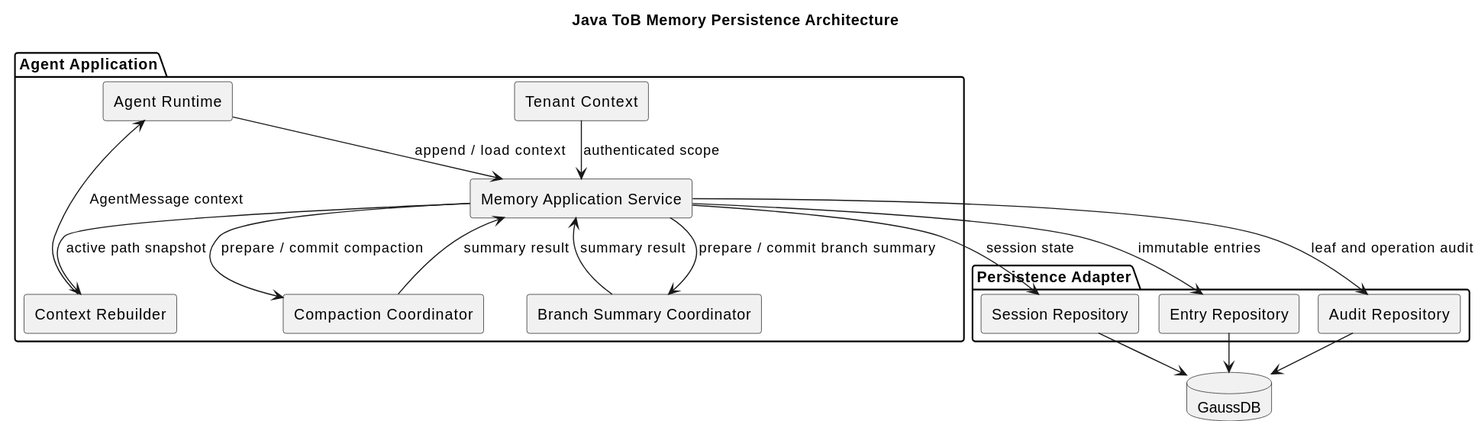
superheromeZzh/pi-mono-java-design keeps this PlantUML diagram as diagrams/memory/memory-architecture.svg. Above is the earlier version.
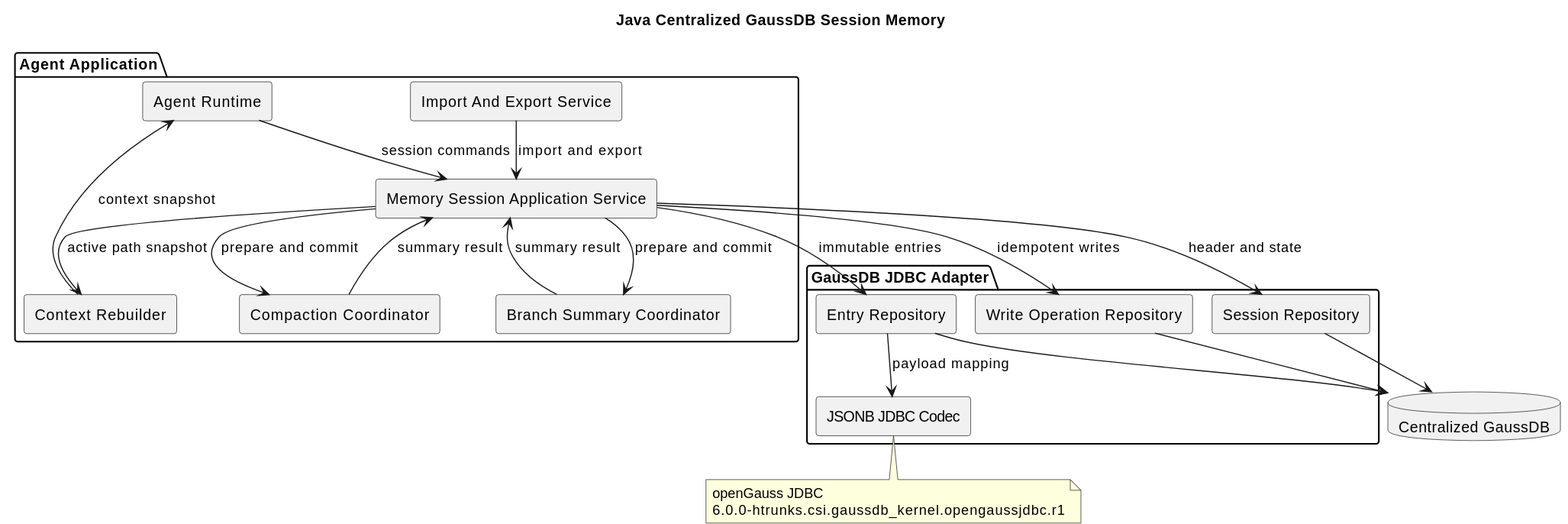
Later version of the same file.

Commit message:
docs(memory): redesign centralized GaussDB session memory

The edit, as a diff of the source:
```diff
@@ -1,38 +1,45 @@
 @startuml
 !pragma layout smetana
-title Java ToB Memory Persistence Architecture
+title Java Centralized GaussDB Session Memory
 skinparam componentStyle rectangle
 
 
 package "Agent Application" {
   [Agent Runtime] as runtime
-  [Memory Application Service] as memory
+  [Memory Session Application Service] as memory
   [Context Rebuilder] as context
   [Compaction Coordinator] as compact
   [Branch Summary Coordinator] as branch
-  [Tenant Context] as tenant
+  [Import And Export Service] as migration
 }
 
-package "Persistence Adapter" {
+package "GaussDB JDBC Adapter" {
   [Session Repository] as sessionRepo
   [Entry Repository] as entryRepo
-  [Audit Repository] as auditRepo
+  [Write Operation Repository] as operationRepo
+  [JSONB JDBC Codec] as jsonCodec
 }
 
-database "GaussDB" as db
+database "Centralized GaussDB" as db
 
-runtime --> memory : append / load context
-tenant --> memory : authenticated scope
+runtime --> memory : session commands
 memory --> context : active path snapshot
-memory --> compact : prepare / commit compaction
-memory --> branch : prepare / commit branch summary
-memory --> sessionRepo : session state
+memory --> compact : prepare and commit
+memory --> branch : prepare and commit
+migration --> memory : import and export
+memory --> sessionRepo : header and state
 memory --> entryRepo : immutable entries
-memory --> auditRepo : leaf and operation audit
+memory --> operationRepo : idempotent writes
+entryRepo --> jsonCodec : payload mapping
 sessionRepo --> db
 entryRepo --> db
-auditRepo --> db
+operationRepo --> db
 compact --> memory : summary result
 branch --> memory : summary result
-context --> runtime : AgentMessage context
+context --> runtime : context snapshot
+
+note bottom of jsonCodec
+openGauss JDBC
+6.0.0-htrunks.csi.gaussdb_kernel.opengaussjdbc.r1
+end note
 @enduml
```
